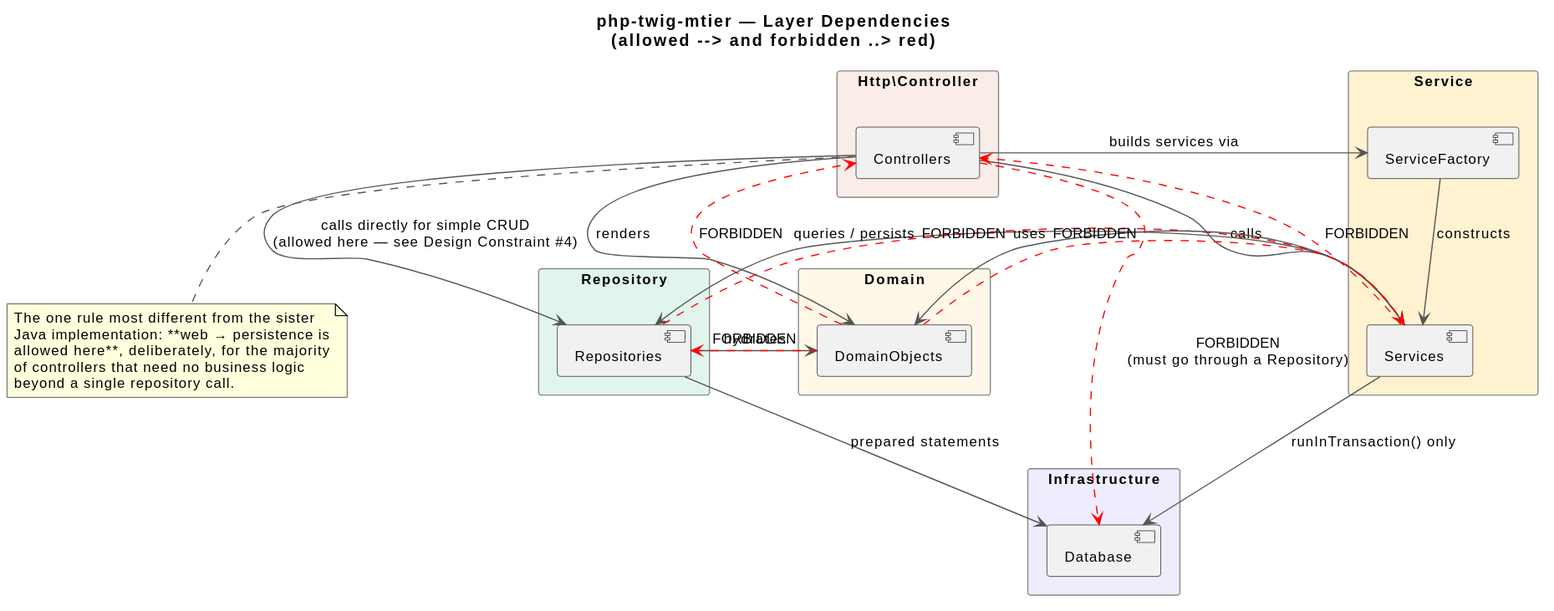
Above: docs/layer-dependencies.svg in petclinix/php-twig-mtier (PlantUML), before the change.
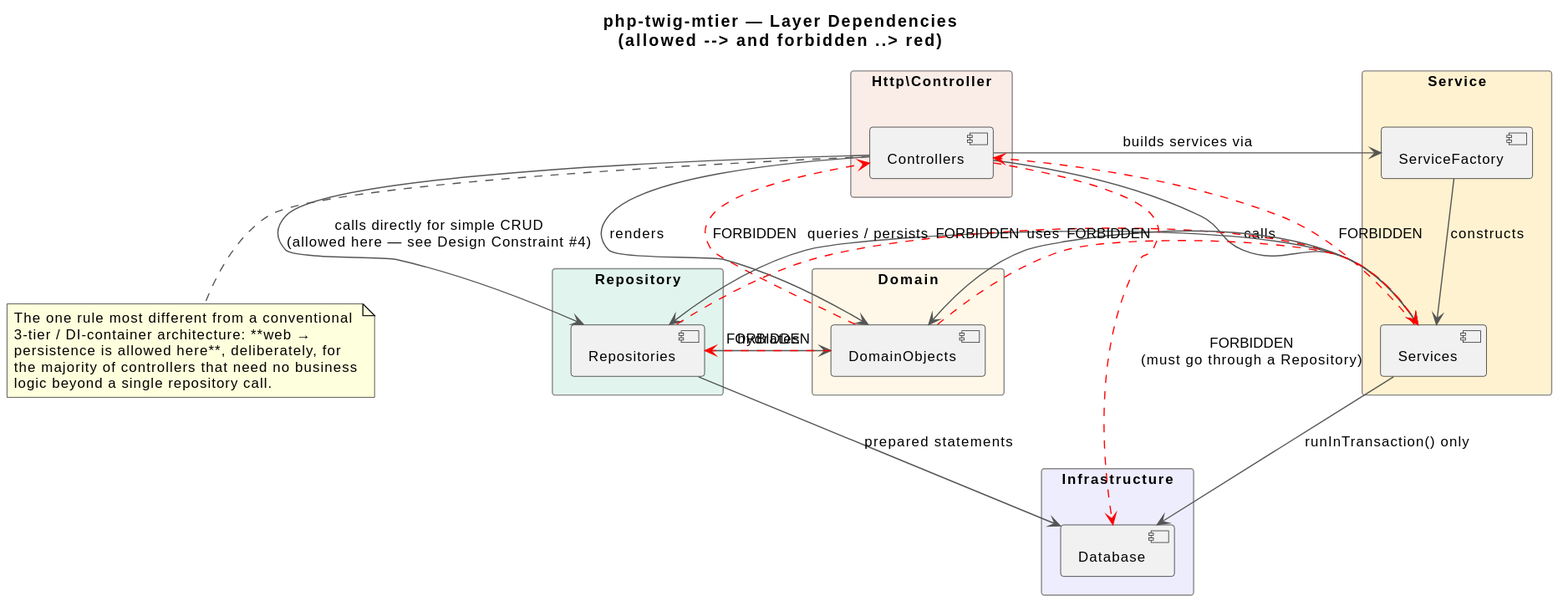
After the commit.

What changed in the source:
```diff
@@ -46,10 +46,10 @@
 [Controllers]   .[#red].> [Database]      : FORBIDDEN\n(must go through a Repository)
 
 note bottom of [Controllers]
-  The one rule most different from the sister
-  Java implementation: **web → persistence is
-  allowed here**, deliberately, for the majority
-  of controllers that need no business logic
-  beyond a single repository call.
+  The one rule most different from a conventional
+  3-tier / DI-container architecture: **web →
+  persistence is allowed here**, deliberately, for
+  the majority of controllers that need no business
+  logic beyond a single repository call.
 end note
 @enduml
```
